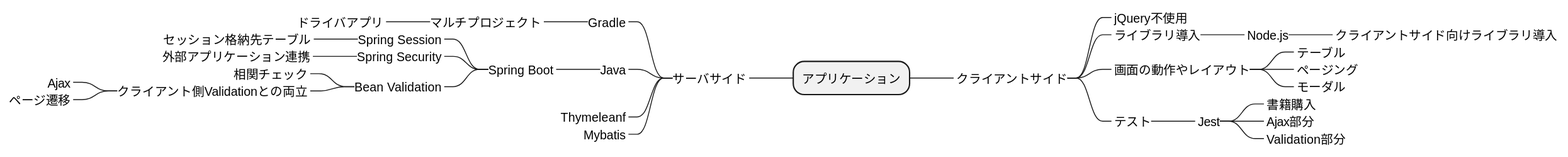
This is _img/Spring-Practice-2023.svg from KashibuchiKyamin/spring-practice-2023, a PlantUML export, as it was before one commit. Its diagram source:
```plantuml
@startmindmap Spring-Practice-2023
+ アプリケーション
++_ クライアントサイド
+++_ jQuery不使用
+++_ ライブラリ導入
++++_ Node.js
+++++_ クライアントサイド向けライブラリ導入
+++_ 画面の動作やレイアウト
++++_ テーブル
++++_ ページング
++++_ モーダル
+++_ テスト
++++_ Jest
+++++_ 書籍購入
+++++_ Ajax部分
+++++_ Validation部分

left side

--_ サーバサイド
---_ Gradle
----_ マルチプロジェクト
-----_ ドライバアプリ
---_ Java
----_ Spring Boot
-----_ Spring Session
------_ セッション格納先テーブル
-----_ Spring Security
------_ 外部アプリケーション連携
-----_ Bean Validation
------_ 相関チェック
------_ クライアント側Validationとの両立
-------_ Ajax
-------_ ページ遷移
---_ Thymeleanf
---_ Mybatis

@endmindmap
```
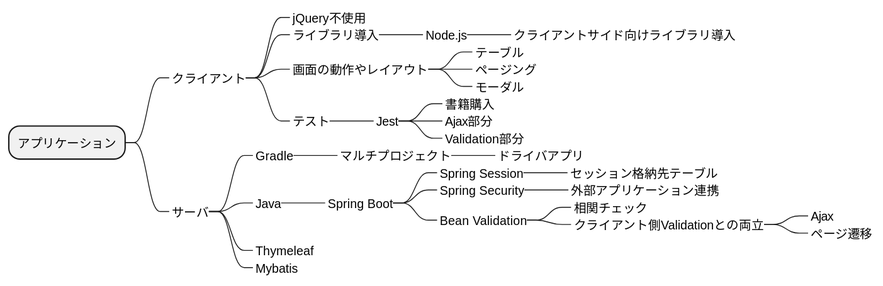
After the commit.

Commit message:
横長すぎるので変更

Diff of the diagram source:
```diff
@@ -1,6 +1,6 @@
 @startmindmap Spring-Practice-2023
 + アプリケーション
-++_ クライアントサイド
+++_ クライアント
 +++_ jQuery不使用
 +++_ ライブラリ導入
 ++++_ Node.js
@@ -15,24 +15,22 @@
 +++++_ Ajax部分
 +++++_ Validation部分
 
-left side
-
---_ サーバサイド
----_ Gradle
-----_ マルチプロジェクト
------_ ドライバアプリ
----_ Java
-----_ Spring Boot
------_ Spring Session
-------_ セッション格納先テーブル
------_ Spring Security
-------_ 外部アプリケーション連携
------_ Bean Validation
-------_ 相関チェック
-------_ クライアント側Validationとの両立
--------_ Ajax
--------_ ページ遷移
----_ Thymeleanf
----_ Mybatis
+++_ サーバ
++++_ Gradle
+++++_ マルチプロジェクト
++++++_ ドライバアプリ
++++_ Java
+++++_ Spring Boot
++++++_ Spring Session
+++++++_ セッション格納先テーブル
++++++_ Spring Security
+++++++_ 外部アプリケーション連携
++++++_ Bean Validation
+++++++_ 相関チェック
+++++++_ クライアント側Validationとの両立
++++++++_ Ajax
++++++++_ ページ遷移
++++_ Thymeleaf
++++_ Mybatis
 
 @endmindmap
```
